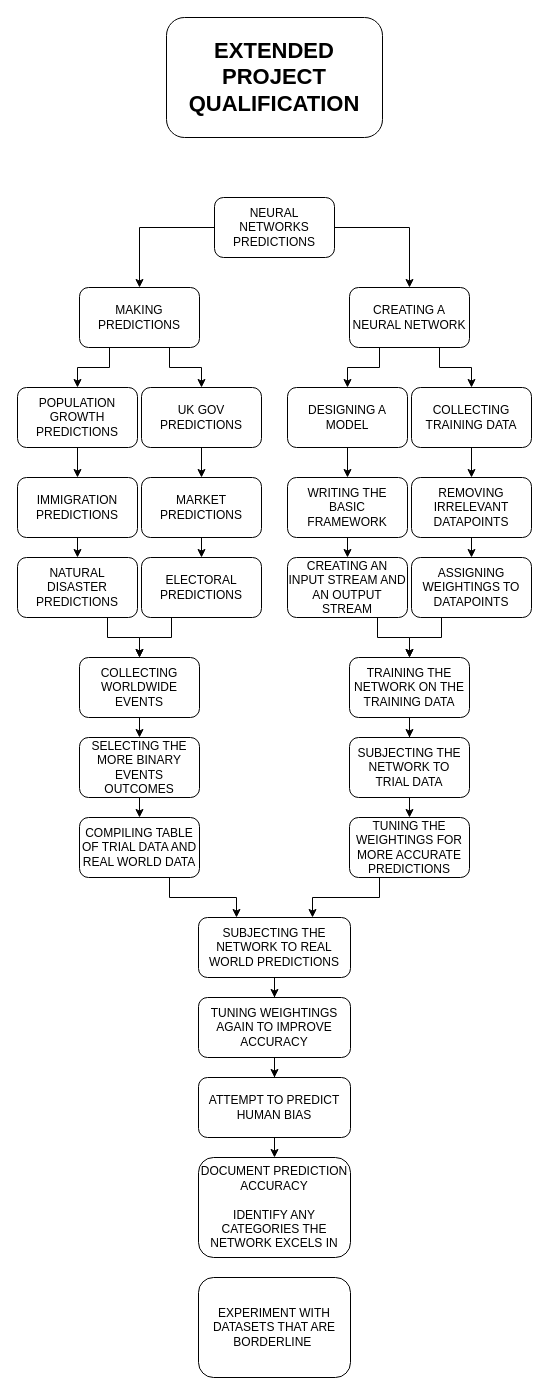
Above: Untitled Diagram.drawio in romulushill/EPQ (draw.io), before the change. Source tidied: cells renumbered, new cells numbered last; positions are measured from the earlier drawing's top-left corner, leaving out a move shared by most shapes. Both pictures are drawn from the tidied source at 100%, with x=0, y=0 at pixel (17, 17).
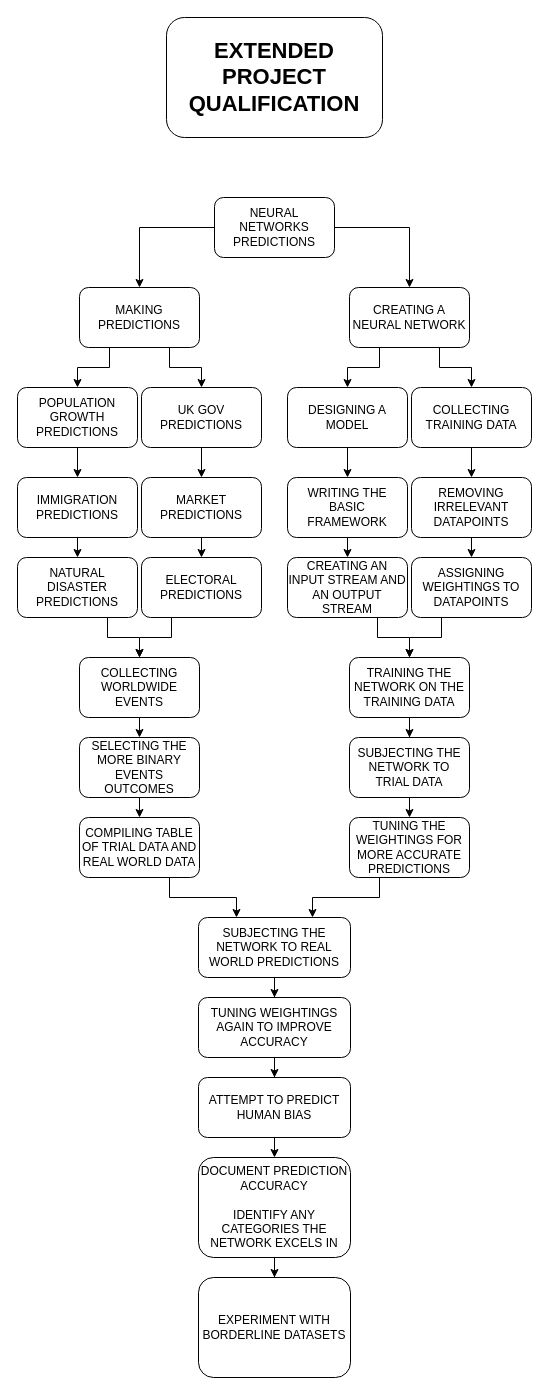
The same diagram, later.

Unchanged cells that the change refers to:
```xml
<mxCell id="54" value="DOCUMENT PREDICTION ACCURACY&lt;br&gt;&lt;br&gt;IDENTIFY ANY CATEGORIES THE NETWORK EXCELS IN" style="rounded=1;whiteSpace=wrap;html=1;" parent="1" vertex="1">
  <mxGeometry x="181" y="1140" width="152" height="100" as="geometry" />
</mxCell>
```

The edit, as a diff of the source:
```diff
@@
+    <mxCell id="56" style="edgeStyle=orthogonalEdgeStyle;rounded=0;jettySize=auto;html=1;entryX=0.5;entryY=0;entryDx=0;entryDy=0;" parent="1" edge="1" source="54" target="55">
+      <mxGeometry relative="1" as="geometry" />
+    </mxCell>
@@
-    <mxCell id="55" value="EXPERIMENT WITH DATASETS THAT ARE BORDERLINE&amp;nbsp;" style="rounded=1;whiteSpace=wrap;html=1;" parent="1" vertex="1">
+    <mxCell id="55" value="EXPERIMENT WITH BORDERLINE DATASETS" style="rounded=1;whiteSpace=wrap;html=1;" parent="1" vertex="1">
       <mxGeometry x="181" y="1260" width="152" height="100" as="geometry" />
     </mxCell>
```
